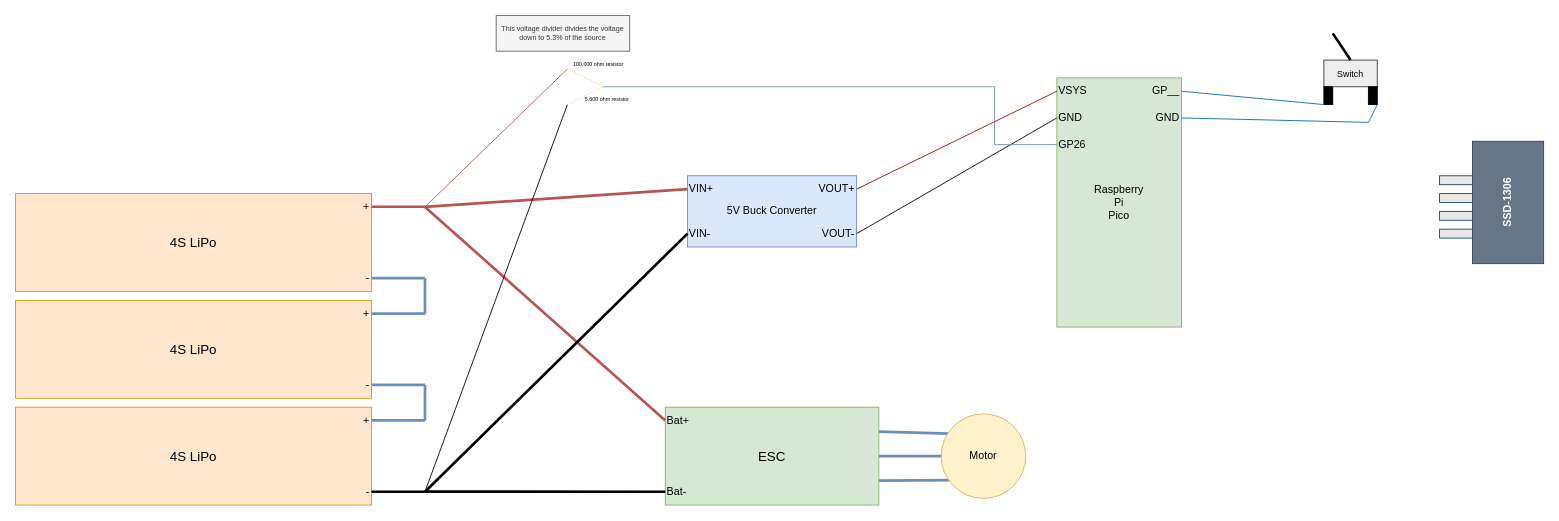
Above: wiring.drawio in TimHanewich/eScooter (draw.io), before the change. Source tidied: cells renumbered, new cells numbered last; positions are measured from the earlier drawing's top-left corner, leaving out a move shared by most shapes. Both pictures are drawn from the tidied source at 89%, with x=0, y=0 at pixel (15, 15).
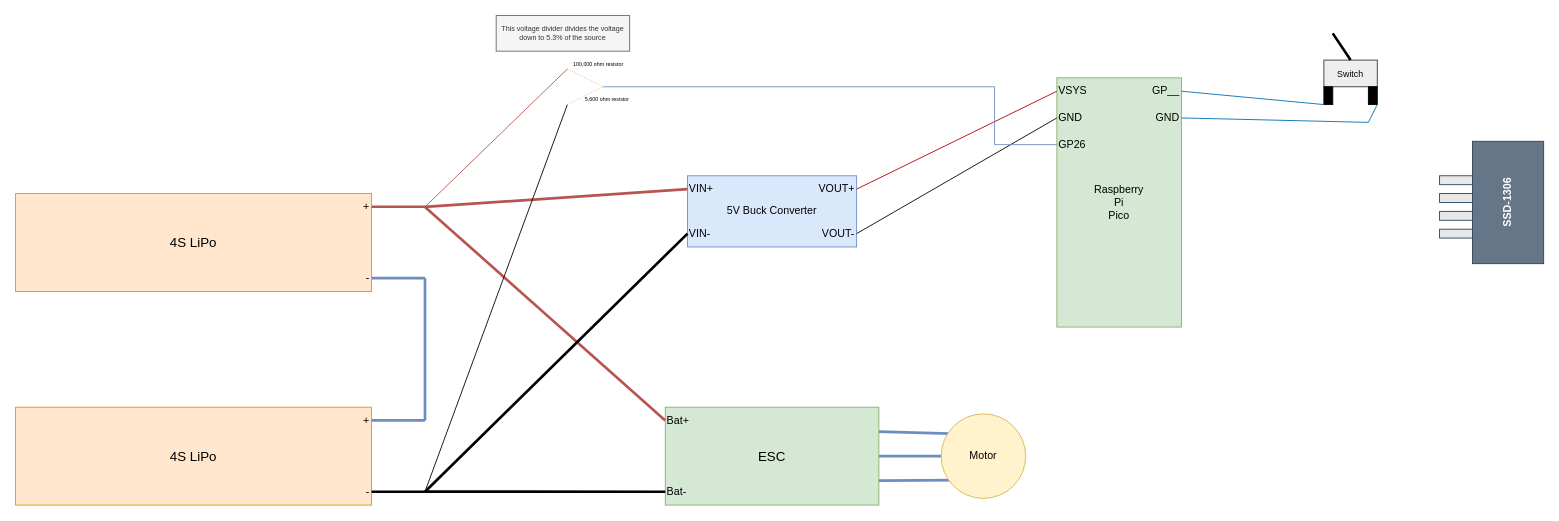
Above is the later version.

Commit message:
12S --> 8S battery in schematic

Change to the diagram source:
```diff
@@
-    <mxCell id="7" value="4S LiPo" style="rounded=0;whiteSpace=wrap;html=1;fontSize=15;fillColor=#ffe6cc;strokeColor=#d79b00;" parent="1" vertex="1">
-      <mxGeometry y="320" width="400" height="110" as="geometry" />
-    </mxCell>
-    <mxCell id="8" value="+" style="text;html=1;align=right;verticalAlign=middle;whiteSpace=wrap;rounded=0;" parent="1" vertex="1">
-      <mxGeometry x="340" y="320" width="60" height="30" as="geometry" />
-    </mxCell>
-    <mxCell id="9" value="-" style="text;html=1;align=right;verticalAlign=middle;whiteSpace=wrap;rounded=0;" parent="1" vertex="1">
-      <mxGeometry x="340" y="400" width="60" height="30" as="geometry" />
-    </mxCell>
-    <mxCell id="10" style="endArrow=none;html=1;rounded=0;exitX=1;exitY=0.5;exitDx=0;exitDy=0;fillColor=#dae8fc;strokeColor=#6c8ebf;strokeWidth=3;" parent="1" edge="1" source="9">
-      <mxGeometry relative="1" as="geometry">
-        <mxPoint x="460" y="415" as="targetPoint" />
-      </mxGeometry>
-    </mxCell>
-    <mxCell id="11" style="endArrow=none;html=1;rounded=0;exitX=1;exitY=0.5;exitDx=0;exitDy=0;fillColor=#dae8fc;strokeColor=#6c8ebf;strokeWidth=3;" parent="1" edge="1">
-      <mxGeometry relative="1" as="geometry">
-        <mxPoint x="400" y="334.8" as="sourcePoint" />
-        <mxPoint x="460" y="334.8" as="targetPoint" />
-      </mxGeometry>
-    </mxCell>
@@
-    <mxCell id="17" style="endArrow=none;html=1;rounded=0;fillColor=#dae8fc;strokeColor=#6c8ebf;strokeWidth=3;" parent="1" edge="1">
-      <mxGeometry relative="1" as="geometry">
-        <mxPoint x="460" y="295" as="sourcePoint" />
-        <mxPoint x="460" y="335" as="targetPoint" />
-      </mxGeometry>
-    </mxCell>
     <mxCell id="18" style="endArrow=none;html=1;rounded=0;fillColor=#dae8fc;strokeColor=#6c8ebf;strokeWidth=3;" parent="1" edge="1">
       <mxGeometry relative="1" as="geometry">
-        <mxPoint x="460" y="415" as="sourcePoint" />
+        <mxPoint x="460" y="295" as="sourcePoint" />
         <mxPoint x="460" y="455" as="targetPoint" />
       </mxGeometry>
     </mxCell>
```
